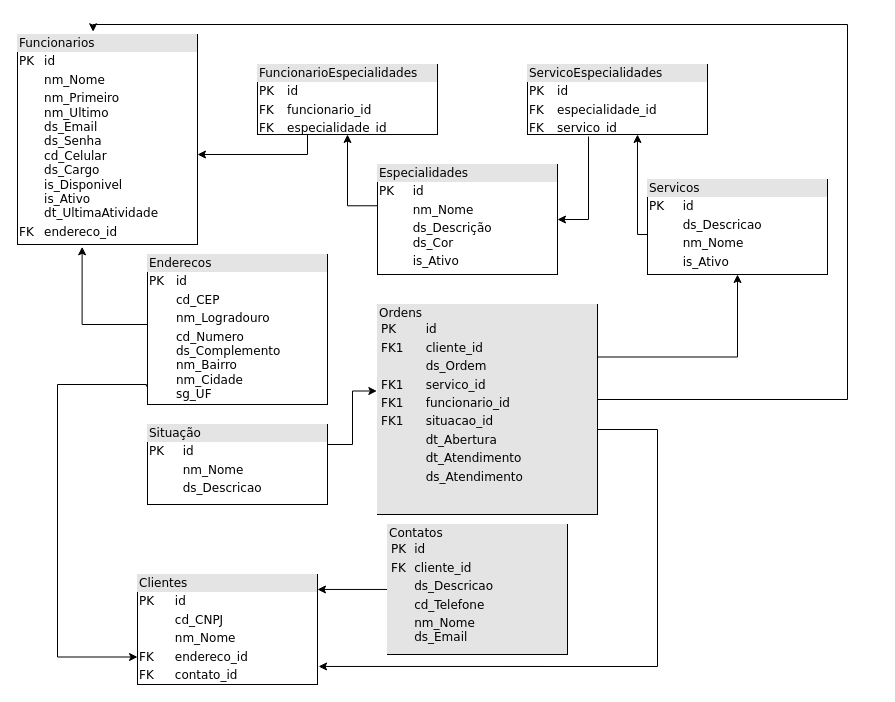
Before: banco de dados.drawio in S-I-G-O-S/planejamento, a draw.io diagram. Source tidied: cells renumbered, new cells numbered last; positions are measured from the earlier drawing's top-left corner, leaving out a move shared by most shapes. Both pictures are drawn from the tidied source at 100%, with x=0, y=0 at pixel (17, 24).
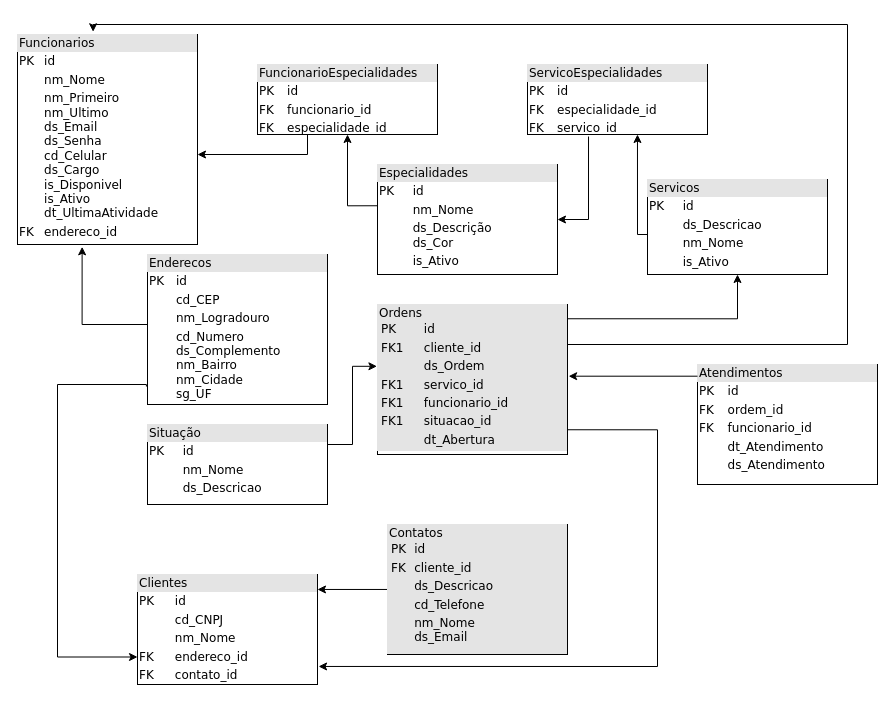
Above is the later version.

The change refers to these unchanged cells:
```xml
<mxCell id="2" value="&lt;div style=&quot;box-sizing:border-box;width:100%;background:#e4e4e4;padding:2px;&quot;&gt;Funcionarios&lt;/div&gt;&lt;table style=&quot;width:100%;font-size:1em;&quot; cellpadding=&quot;2&quot; cellspacing=&quot;0&quot;&gt;&lt;tbody&gt;&lt;tr&gt;&lt;td&gt;PK&lt;/td&gt;&lt;td&gt;id&lt;br&gt;&lt;/td&gt;&lt;/tr&gt;&lt;tr&gt;&lt;td&gt;&lt;br&gt;&lt;/td&gt;&lt;td&gt;nm_Nome&lt;/td&gt;&lt;/tr&gt;&lt;tr&gt;&lt;td&gt;&lt;/td&gt;&lt;td&gt;nm_Primeiro&lt;br&gt;nm_Ultimo&lt;br&gt;ds_Email&lt;br&gt;ds_Senha&lt;br&gt;cd_Celular&lt;br&gt;ds_Cargo&lt;br&gt;is_Disponivel&lt;br&gt;is_Ativo&lt;br&gt;&lt;span style=&quot;background-color: rgb(255, 255, 255);&quot;&gt;dt_UltimaAtividade&lt;/span&gt;&lt;br style=&quot;background-color: rgb(255, 255, 255);&quot;&gt;&lt;/td&gt;&lt;/tr&gt;&lt;tr&gt;&lt;td&gt;FK&lt;/td&gt;&lt;td&gt;endereco_id&lt;br&gt;&lt;/td&gt;&lt;/tr&gt;&lt;/tbody&gt;&lt;/table&gt;" style="verticalAlign=top;align=left;overflow=fill;html=1;rounded=0;shadow=0;comic=0;labelBackgroundColor=none;strokeWidth=1;fontFamily=Verdana;fontSize=12;" parent="1" vertex="1">
  <mxGeometry y="10" width="180" height="210" as="geometry" />
</mxCell>
<mxCell id="4" value="&lt;div style=&quot;box-sizing: border-box ; width: 100% ; background: #e4e4e4 ; padding: 2px&quot;&gt;Clientes&lt;/div&gt;&lt;table style=&quot;width: 100% ; font-size: 1em&quot; cellpadding=&quot;2&quot; cellspacing=&quot;0&quot;&gt;&lt;tbody&gt;&lt;tr&gt;&lt;td&gt;PK&lt;/td&gt;&lt;td&gt;id&lt;/td&gt;&lt;/tr&gt;&lt;tr&gt;&lt;td&gt;&lt;br&gt;&lt;/td&gt;&lt;td&gt;cd_CNPJ&lt;/td&gt;&lt;/tr&gt;&lt;tr&gt;&lt;td&gt;&lt;/td&gt;&lt;td&gt;nm_Nome&lt;/td&gt;&lt;/tr&gt;&lt;tr&gt;&lt;td&gt;FK&lt;/td&gt;&lt;td&gt;endereco_id&lt;/td&gt;&lt;/tr&gt;&lt;tr&gt;&lt;td&gt;FK&lt;/td&gt;&lt;td&gt;contato_id&lt;/td&gt;&lt;/tr&gt;&lt;/tbody&gt;&lt;/table&gt;" style="verticalAlign=top;align=left;overflow=fill;html=1;rounded=0;shadow=0;comic=0;labelBackgroundColor=none;strokeWidth=1;fontFamily=Verdana;fontSize=12;" parent="1" vertex="1">
  <mxGeometry x="120" y="550" width="180" height="110" as="geometry" />
</mxCell>
<mxCell id="10" value="&lt;div style=&quot;box-sizing:border-box;width:100%;background:#e4e4e4;padding:2px;&quot;&gt;Servicos&lt;/div&gt;&lt;table style=&quot;width:100%;font-size:1em;&quot; cellpadding=&quot;2&quot; cellspacing=&quot;0&quot;&gt;&lt;tbody&gt;&lt;tr&gt;&lt;td&gt;PK&lt;/td&gt;&lt;td&gt;id&lt;/td&gt;&lt;/tr&gt;&lt;tr&gt;&lt;td&gt;&lt;br&gt;&lt;/td&gt;&lt;td&gt;ds_Descricao&lt;/td&gt;&lt;/tr&gt;&lt;tr&gt;&lt;td&gt;&lt;br&gt;&lt;/td&gt;&lt;td&gt;nm_Nome&lt;/td&gt;&lt;/tr&gt;&lt;tr&gt;&lt;td&gt;&lt;br&gt;&lt;/td&gt;&lt;td&gt;is_Ativo&lt;/td&gt;&lt;/tr&gt;&lt;/tbody&gt;&lt;/table&gt;" style="verticalAlign=top;align=left;overflow=fill;html=1;rounded=0;shadow=0;comic=0;labelBackgroundColor=none;strokeWidth=1;fontFamily=Verdana;fontSize=12;" parent="1" vertex="1">
  <mxGeometry x="630" y="155" width="180" height="95" as="geometry" />
</mxCell>
```

Change to the diagram source:
```diff
@@
-    <mxCell id="5" style="edgeStyle=orthogonalEdgeStyle;rounded=0;jettySize=auto;html=1;exitX=1;exitY=0.25;exitDx=0;exitDy=0;entryX=0.5;entryY=1;entryDx=0;entryDy=0;" parent="1" edge="1" source="7" target="10">
-      <mxGeometry relative="1" as="geometry" />
+    <mxCell id="5" style="edgeStyle=orthogonalEdgeStyle;rounded=0;jettySize=auto;html=1;exitX=1;exitY=0.095;exitDx=0;exitDy=0;entryX=0.5;entryY=1;entryDx=0;entryDy=0;exitPerimeter=0;" parent="1" edge="1" source="7" target="10">
+      <mxGeometry relative="1" as="geometry">
+        <Array as="points">
+          <mxPoint x="720" y="294" />
+        </Array>
+      </mxGeometry>
     </mxCell>
-    <mxCell id="6" style="edgeStyle=orthogonalEdgeStyle;rounded=0;jettySize=auto;html=1;exitX=1;exitY=0.5;exitDx=0;exitDy=0;entryX=1.006;entryY=0.836;entryDx=0;entryDy=0;entryPerimeter=0;" parent="1" edge="1" source="7" target="4">
+    <mxCell id="6" style="edgeStyle=orthogonalEdgeStyle;rounded=0;jettySize=auto;html=1;exitX=1;exitY=0.835;exitDx=0;exitDy=0;entryX=1.006;entryY=0.836;entryDx=0;entryDy=0;entryPerimeter=0;exitPerimeter=0;" parent="1" edge="1" source="7" target="4">
       <mxGeometry relative="1" as="geometry">
         <Array as="points">
-          <mxPoint x="580" y="405" />
           <mxPoint x="640" y="405" />
           <mxPoint x="640" y="642" />
         </Array>
       </mxGeometry>
     </mxCell>
-    <mxCell id="7" value="&lt;div style=&quot;box-sizing: border-box ; width: 100% ; background: #e4e4e4 ; padding: 2px&quot;&gt;Ordens&lt;table style=&quot;background-color: initial; font-size: 1em; width: 100%;&quot; cellpadding=&quot;2&quot; cellspacing=&quot;0&quot;&gt;&lt;tbody&gt;&lt;tr&gt;&lt;td&gt;PK&lt;/td&gt;&lt;td&gt;id&lt;/td&gt;&lt;/tr&gt;&lt;tr&gt;&lt;td&gt;FK1&lt;/td&gt;&lt;td&gt;cliente_id&lt;/td&gt;&lt;/tr&gt;&lt;tr&gt;&lt;td&gt;&lt;/td&gt;&lt;td&gt;ds_Ordem&lt;/td&gt;&lt;/tr&gt;&lt;tr&gt;&lt;td&gt;FK1&lt;br&gt;&lt;/td&gt;&lt;td&gt;servico_id&lt;br&gt;&lt;/td&gt;&lt;/tr&gt;&lt;tr&gt;&lt;td&gt;FK1&lt;br&gt;&lt;/td&gt;&lt;td&gt;funcionario_id&lt;br&gt;&lt;/td&gt;&lt;/tr&gt;&lt;tr&gt;&lt;td&gt;FK1&lt;br&gt;&lt;/td&gt;&lt;td&gt;situacao_id&lt;br&gt;&lt;/td&gt;&lt;/tr&gt;&lt;tr&gt;&lt;td&gt;&lt;br&gt;&lt;/td&gt;&lt;td&gt;dt_Abertura&lt;/td&gt;&lt;/tr&gt;&lt;tr&gt;&lt;td&gt;&lt;br&gt;&lt;/td&gt;&lt;td&gt;dt_Atendimento&lt;/td&gt;&lt;/tr&gt;&lt;tr&gt;&lt;td&gt;&lt;br&gt;&lt;/td&gt;&lt;td&gt;ds_Atendimento&lt;/td&gt;&lt;/tr&gt;&lt;tr&gt;&lt;td&gt;&lt;br&gt;&lt;/td&gt;&lt;td&gt;&lt;br&gt;&lt;/td&gt;&lt;/tr&gt;&lt;tr&gt;&lt;td&gt;&lt;br&gt;&lt;/td&gt;&lt;td&gt;&lt;br&gt;&lt;/td&gt;&lt;/tr&gt;&lt;tr&gt;&lt;td&gt;&lt;br&gt;&lt;/td&gt;&lt;td&gt;&lt;br&gt;&lt;/td&gt;&lt;/tr&gt;&lt;tr&gt;&lt;td&gt;&lt;br&gt;&lt;/td&gt;&lt;td&gt;&lt;br&gt;&lt;/td&gt;&lt;/tr&gt;&lt;tr&gt;&lt;td&gt;&lt;br&gt;&lt;/td&gt;&lt;td&gt;&lt;br&gt;&lt;/td&gt;&lt;/tr&gt;&lt;tr&gt;&lt;td&gt;&lt;br&gt;&lt;/td&gt;&lt;td&gt;&lt;br&gt;&lt;/td&gt;&lt;/tr&gt;&lt;tr&gt;&lt;td&gt;&lt;br&gt;&lt;/td&gt;&lt;td&gt;&lt;br&gt;&lt;/td&gt;&lt;/tr&gt;&lt;/tbody&gt;&lt;/table&gt;&lt;/div&gt;" style="verticalAlign=top;align=left;overflow=fill;html=1;rounded=0;shadow=0;comic=0;labelBackgroundColor=none;strokeWidth=1;fontFamily=Verdana;fontSize=12;" parent="1" vertex="1">
-      <mxGeometry x="360" y="280" width="220" height="210" as="geometry" />
+    <mxCell id="7" value="&lt;div style=&quot;box-sizing: border-box ; width: 100% ; background: #e4e4e4 ; padding: 2px&quot;&gt;Ordens&lt;table style=&quot;background-color: initial; font-size: 1em; width: 100%;&quot; cellpadding=&quot;2&quot; cellspacing=&quot;0&quot;&gt;&lt;tbody&gt;&lt;tr&gt;&lt;td&gt;PK&lt;/td&gt;&lt;td&gt;id&lt;/td&gt;&lt;/tr&gt;&lt;tr&gt;&lt;td&gt;FK1&lt;/td&gt;&lt;td&gt;cliente_id&lt;/td&gt;&lt;/tr&gt;&lt;tr&gt;&lt;td&gt;&lt;/td&gt;&lt;td&gt;ds_Ordem&lt;/td&gt;&lt;/tr&gt;&lt;tr&gt;&lt;td&gt;FK1&lt;br&gt;&lt;/td&gt;&lt;td&gt;servico_id&lt;br&gt;&lt;/td&gt;&lt;/tr&gt;&lt;tr&gt;&lt;td&gt;FK1&lt;br&gt;&lt;/td&gt;&lt;td&gt;funcionario_id&lt;br&gt;&lt;/td&gt;&lt;/tr&gt;&lt;tr&gt;&lt;td&gt;FK1&lt;br&gt;&lt;/td&gt;&lt;td&gt;situacao_id&lt;br&gt;&lt;/td&gt;&lt;/tr&gt;&lt;tr&gt;&lt;td&gt;&lt;br&gt;&lt;/td&gt;&lt;td&gt;dt_Abertura&lt;/td&gt;&lt;/tr&gt;&lt;/tbody&gt;&lt;/table&gt;&lt;/div&gt;" style="verticalAlign=top;align=left;overflow=fill;html=1;rounded=0;shadow=0;comic=0;labelBackgroundColor=none;strokeWidth=1;fontFamily=Verdana;fontSize=12;" parent="1" vertex="1">
+      <mxGeometry x="360" y="280" width="190" height="150" as="geometry" />
     </mxCell>
@@
-    <mxCell id="18" style="edgeStyle=orthogonalEdgeStyle;rounded=0;jettySize=auto;html=1;entryX=0.42;entryY=-0.013;entryDx=0;entryDy=0;entryPerimeter=0;" parent="1" edge="1" target="2">
+    <mxCell id="18" style="edgeStyle=orthogonalEdgeStyle;rounded=0;jettySize=auto;html=1;entryX=0.42;entryY=-0.013;entryDx=0;entryDy=0;entryPerimeter=0;exitX=1;exitY=0.19;exitDx=0;exitDy=0;exitPerimeter=0;" parent="1" edge="1" source="7" target="2">
       <mxGeometry relative="1" as="geometry">
-        <mxPoint x="580" y="375" as="sourcePoint" />
         <Array as="points">
-          <mxPoint x="830" y="375" />
+          <mxPoint x="830" y="320" />
           <mxPoint x="830" />
           <mxPoint x="76" />
         </Array>
       </mxGeometry>
     </mxCell>
@@
+    <mxCell id="24" value="&lt;div style=&quot;box-sizing:border-box;width:100%;background:#e4e4e4;padding:2px;&quot;&gt;Atendimentos&lt;/div&gt;&lt;table style=&quot;width:100%;font-size:1em;&quot; cellpadding=&quot;2&quot; cellspacing=&quot;0&quot;&gt;&lt;tbody&gt;&lt;tr&gt;&lt;td&gt;PK&lt;/td&gt;&lt;td&gt;id&lt;/td&gt;&lt;/tr&gt;&lt;tr&gt;&lt;td&gt;FK&lt;/td&gt;&lt;td&gt;ordem_id&lt;/td&gt;&lt;/tr&gt;&lt;tr&gt;&lt;td&gt;FK&lt;/td&gt;&lt;td&gt;funcionario_id&lt;/td&gt;&lt;/tr&gt;&lt;tr&gt;&lt;td&gt;&lt;br&gt;&lt;/td&gt;&lt;td&gt;dt_Atendimento&lt;/td&gt;&lt;/tr&gt;&lt;tr&gt;&lt;td&gt;&lt;br&gt;&lt;/td&gt;&lt;td&gt;ds_Atendimento&lt;/td&gt;&lt;/tr&gt;&lt;/tbody&gt;&lt;/table&gt;" style="verticalAlign=top;align=left;overflow=fill;html=1;rounded=0;shadow=0;comic=0;labelBackgroundColor=none;strokeWidth=1;fontFamily=Verdana;fontSize=12;" parent="1" vertex="1">
+      <mxGeometry x="680" y="340" width="180" height="120" as="geometry" />
+    </mxCell>
+    <mxCell id="25" style="edgeStyle=orthogonalEdgeStyle;rounded=0;jettySize=auto;html=1;entryX=1.006;entryY=0.478;entryDx=0;entryDy=0;entryPerimeter=0;" parent="1" edge="1" source="24" target="7">
+      <mxGeometry relative="1" as="geometry">
+        <Array as="points">
+          <mxPoint x="690" y="352" />
+          <mxPoint x="690" y="352" />
+        </Array>
+      </mxGeometry>
+    </mxCell>
```
